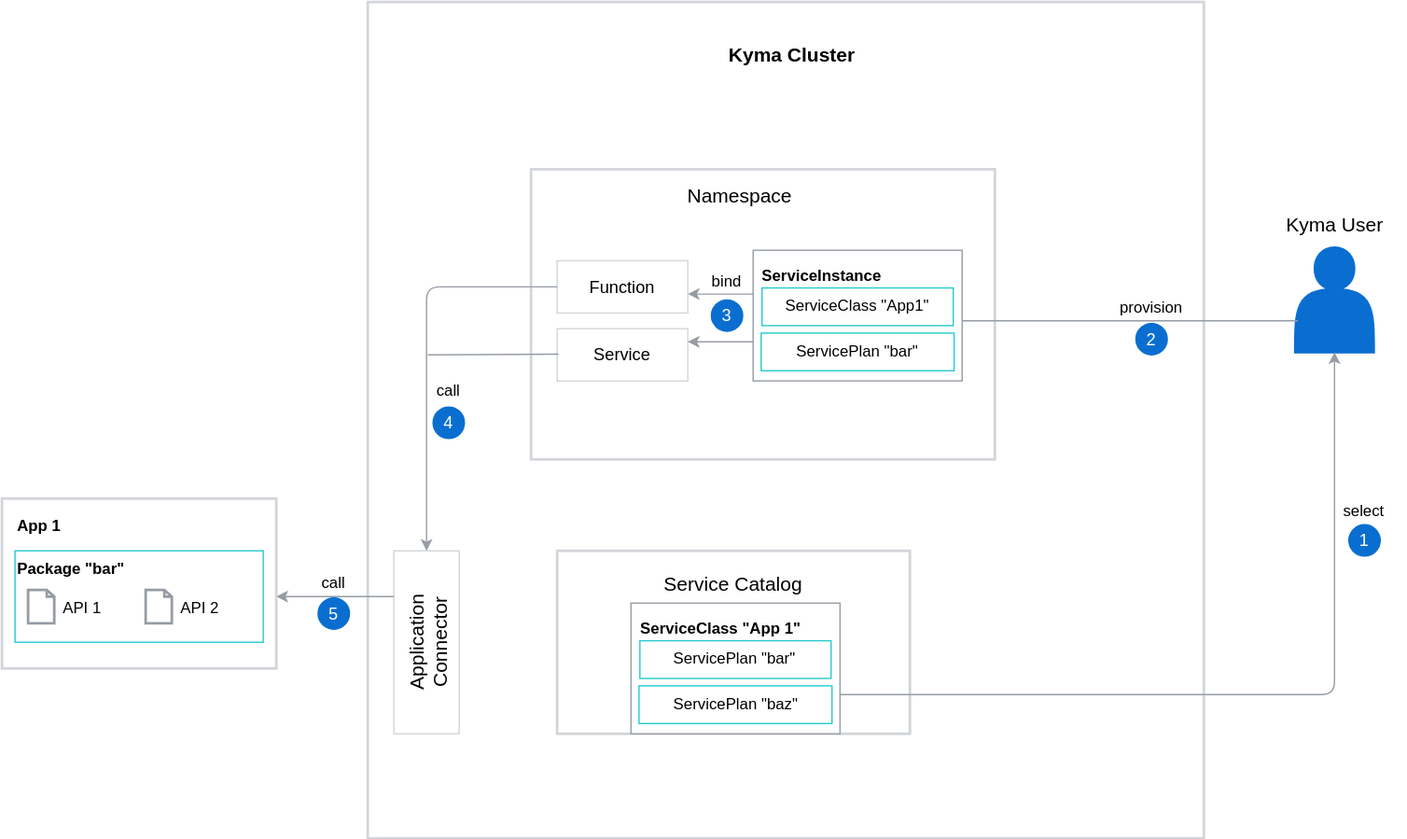
Earlier version of the draw.io export docs/application-connector-compass-mode/assets/005-AB-API-service-plan.svg (kyma-project/kyma). Source tidied: cells renumbered, new cells last; positions are measured from the earlier drawing's top-left corner, leaving out a move shared by most shapes.
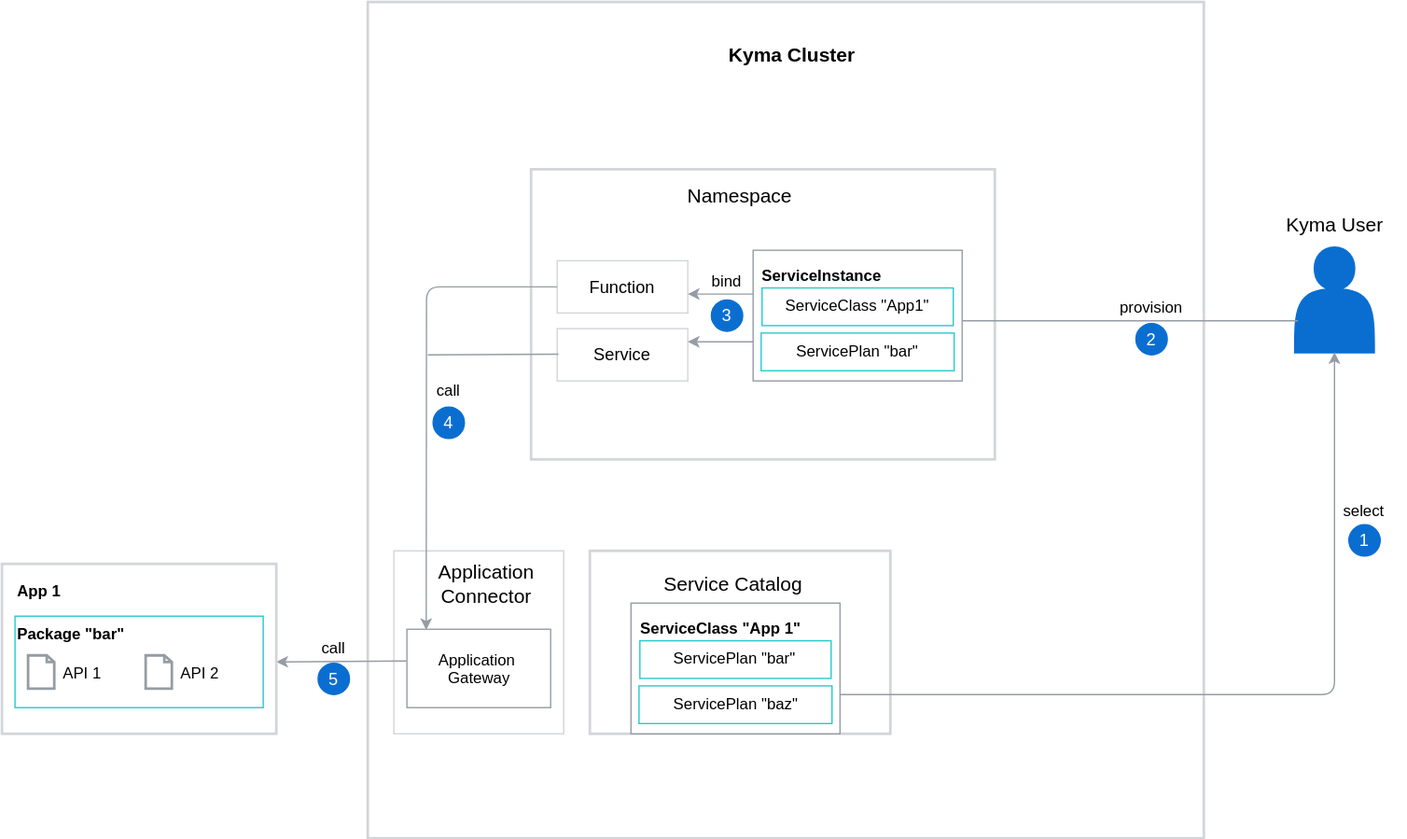
Above is the later version.

Commit message:
Add TW review comments

What changed in the source:
```diff
@@ -9,7 +9,7 @@
       <mxGeometry x="555" y="30" width="100" height="20" as="geometry" />
     </mxCell>
     <mxCell id="4" style="rounded=0;whiteSpace=wrap;html=1;strokeColor=#D2D5D9;strokeWidth=2;fillColor=#ffffff;" parent="1" vertex="1">
-      <mxGeometry x="425" y="420" width="270" height="140" as="geometry" />
+      <mxGeometry x="450" y="420" width="230" height="140" as="geometry" />
     </mxCell>
     <mxCell id="5" value="&lt;font style=&quot;font-size: 15px&quot;&gt;Service Catalog&lt;/font&gt;" style="text;html=1;strokeColor=none;fillColor=none;align=center;verticalAlign=middle;whiteSpace=wrap;rounded=0;" parent="1" vertex="1">
       <mxGeometry x="505" y="435" width="110" height="20" as="geometry" />
@@ -27,21 +27,21 @@
       <mxGeometry x="545" y="138" width="40" height="20" as="geometry" />
     </mxCell>
     <mxCell id="10" style="rounded=0;whiteSpace=wrap;html=1;strokeColor=#D2D5D9;strokeWidth=1;fillColor=#ffffff;" parent="1" vertex="1">
-      <mxGeometry x="300" y="420" width="50" height="140" as="geometry" />
+      <mxGeometry x="300" y="420" width="130" height="140" as="geometry" />
     </mxCell>
-    <mxCell id="11" value="&lt;font style=&quot;font-size: 15px&quot;&gt;Application Connector&lt;/font&gt;" style="text;html=1;strokeColor=none;fillColor=none;align=center;verticalAlign=middle;whiteSpace=wrap;rounded=0;rotation=-90;" parent="1" vertex="1">
-      <mxGeometry x="285" y="480" width="82" height="20" as="geometry" />
+    <mxCell id="11" value="&lt;font style=&quot;font-size: 15px&quot;&gt;Application Connector&lt;/font&gt;" style="text;html=1;strokeColor=none;fillColor=none;align=center;verticalAlign=middle;whiteSpace=wrap;rounded=0;rotation=0;" parent="1" vertex="1">
+      <mxGeometry x="330" y="435" width="82" height="20" as="geometry" />
     </mxCell>
-    <mxCell id="12" style="endArrow=classic;html=1;strokeColor=#959CA4;exitX=0;exitY=0.5;entryX=0.5;entryY=0;" parent="1" edge="1" source="7" target="10">
+    <mxCell id="12" style="endArrow=classic;html=1;strokeColor=#959CA4;exitX=0;exitY=0.5;entryX=0.134;entryY=0.01;entryDx=0;entryDy=0;entryPerimeter=0;" parent="1" edge="1" source="7" target="53">
       <mxGeometry relative="1" as="geometry">
         <Array as="points">
           <mxPoint x="325" y="218" />
         </Array>
       </mxGeometry>
     </mxCell>
-    <mxCell id="13" style="endArrow=classic;html=1;strokeColor=#959CA4;entryX=1;entryY=0.25;exitX=0;exitY=0.25;" parent="1" edge="1" source="10">
+    <mxCell id="13" style="endArrow=classic;html=1;strokeColor=#959CA4;entryX=1;entryY=0.25;exitX=-0.003;exitY=0.405;exitDx=0;exitDy=0;exitPerimeter=0;" parent="1" edge="1" source="53">
       <mxGeometry relative="1" as="geometry">
-        <mxPoint x="210" y="455" as="targetPoint" />
+        <mxPoint x="210" y="505" as="targetPoint" />
       </mxGeometry>
     </mxCell>
     <mxCell id="14" style="shape=actor;whiteSpace=wrap;html=1;strokeColor=#0A6ED1;strokeWidth=2;fillColor=#0A6ED1;" parent="1" vertex="1">
@@ -75,13 +75,13 @@
       <mxGeometry x="330" y="310" width="24" height="24" as="geometry" />
     </mxCell>
     <mxCell id="23" value="call" style="text;html=1;strokeColor=none;fillColor=none;align=center;verticalAlign=middle;whiteSpace=wrap;rounded=0;" parent="1" vertex="1">
-      <mxGeometry x="234" y="435" width="40" height="20" as="geometry" />
+      <mxGeometry x="234" y="485" width="40" height="20" as="geometry" />
     </mxCell>
     <mxCell id="24" value="call" style="text;html=1;strokeColor=none;fillColor=none;align=center;verticalAlign=middle;whiteSpace=wrap;rounded=0;" parent="1" vertex="1">
       <mxGeometry x="322" y="288" width="40" height="20" as="geometry" />
     </mxCell>
     <mxCell id="25" value="&lt;div style=&quot;text-align: center&quot;&gt;&lt;span style=&quot;color: rgb(255 , 255 , 255)&quot;&gt;&lt;font style=&quot;font-size: 13px&quot;&gt;5&lt;/font&gt;&lt;/span&gt;&lt;/div&gt;" style="ellipse;whiteSpace=wrap;html=1;strokeColor=#0A6ED1;strokeWidth=1;fillColor=#0A6ED1;" parent="1" vertex="1">
-      <mxGeometry x="242" y="456" width="24" height="24" as="geometry" />
+      <mxGeometry x="242" y="506" width="24" height="24" as="geometry" />
     </mxCell>
     <mxCell id="26" value="select" style="text;html=1;align=left;verticalAlign=top;spacingTop=-4;" parent="1" vertex="1">
       <mxGeometry x="1025" y="380" width="50" height="20" as="geometry" />
@@ -115,19 +115,19 @@
       <mxGeometry y="380" width="257.5" height="200" as="geometry" />
     </mxCell>
     <mxCell id="32" style="rounded=0;whiteSpace=wrap;html=1;strokeColor=#D2D5D9;strokeWidth=2;" parent="31" vertex="1">
-      <mxGeometry width="210" height="130" as="geometry" />
+      <mxGeometry y="50" width="210" height="130" as="geometry" />
     </mxCell>
     <mxCell id="33" value="&lt;div&gt;&lt;b&gt;App 1&lt;/b&gt;&lt;/div&gt;" style="text;html=1;" parent="31" vertex="1">
-      <mxGeometry x="10" y="7" width="105" height="30" as="geometry" />
+      <mxGeometry x="10" y="57" width="105" height="30" as="geometry" />
     </mxCell>
     <mxCell id="34" style="rounded=0;whiteSpace=wrap;html=1;strokeColor=#24CACC;strokeWidth=1;" parent="31" vertex="1">
-      <mxGeometry x="10" y="40" width="190" height="70" as="geometry" />
+      <mxGeometry x="10" y="90" width="190" height="70" as="geometry" />
     </mxCell>
     <mxCell id="35" value="Package &quot;bar&quot;" style="text;html=1;fontStyle=1;" parent="31" vertex="1">
-      <mxGeometry x="10" y="40" width="120" height="30" as="geometry" />
+      <mxGeometry x="10" y="90" width="120" height="30" as="geometry" />
     </mxCell>
     <mxCell id="36" style="group;" parent="31" vertex="1">
-      <mxGeometry x="20" y="70" width="230" height="25.5" as="geometry" />
+      <mxGeometry x="20" y="120" width="230" height="25.5" as="geometry" />
     </mxCell>
     <mxCell id="37" style="html=1;verticalLabelPosition=bottom;align=center;labelBackgroundColor=#ffffff;verticalAlign=top;strokeWidth=2;strokeColor=#959CA4;shadow=0;dashed=0;shape=mxgraph.ios7.icons.document;" parent="36" vertex="1">
       <mxGeometry width="20" height="25.5" as="geometry" />
@@ -174,5 +174,14 @@
     <mxCell id="51" value="ServicePlan &quot;bar&quot;" style="rounded=0;whiteSpace=wrap;html=1;strokeColor=#24CACC;strokeWidth=1;perimeterSpacing=0;" parent="47" vertex="1">
       <mxGeometry x="6.1" y="63.3" width="147.7" height="28.8" as="geometry" />
     </mxCell>
+    <mxCell id="52" style="group;" parent="1" vertex="1">
+      <mxGeometry x="310" y="480" width="110" height="90" as="geometry" />
+    </mxCell>
+    <mxCell id="53" style="rounded=0;whiteSpace=wrap;html=1;strokeColor=#959CA4;strokeWidth=1;" parent="52" vertex="1">
+      <mxGeometry width="110" height="60" as="geometry" />
+    </mxCell>
+    <mxCell id="54" value="&lt;div&gt;&lt;span style=&quot;font-weight: normal&quot;&gt;Application&amp;nbsp;&lt;/span&gt;&lt;/div&gt;&lt;div&gt;&lt;span style=&quot;font-weight: normal&quot;&gt;Gateway&lt;/span&gt;&lt;/div&gt;" style="text;html=1;fontStyle=1;align=center;" parent="52" vertex="1">
+      <mxGeometry x="19.5" y="9.7" width="71" height="40.7" as="geometry" />
+    </mxCell>
   </root>
 </mxGraphModel>
```
